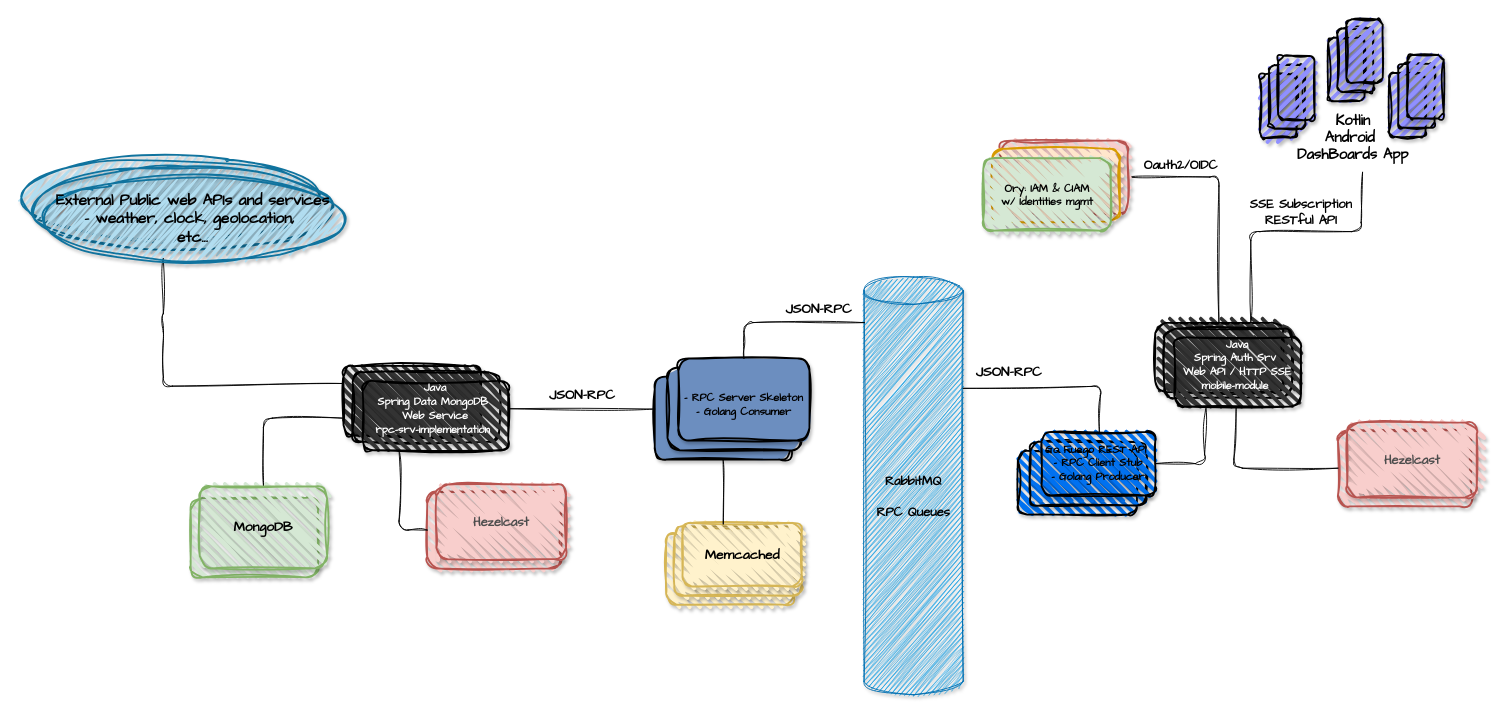
mesbrj/world-info-dashboards keeps this draw.io diagram as docs/world-info-dashboards.drawio. Above is the earlier version. Source tidied: cells renumbered, new cells numbered last; positions are measured from the earlier drawing's top-left corner, leaving out a move shared by most shapes. Both pictures are drawn from the tidied source at 91%, with x=0, y=0 at pixel (20, 33).
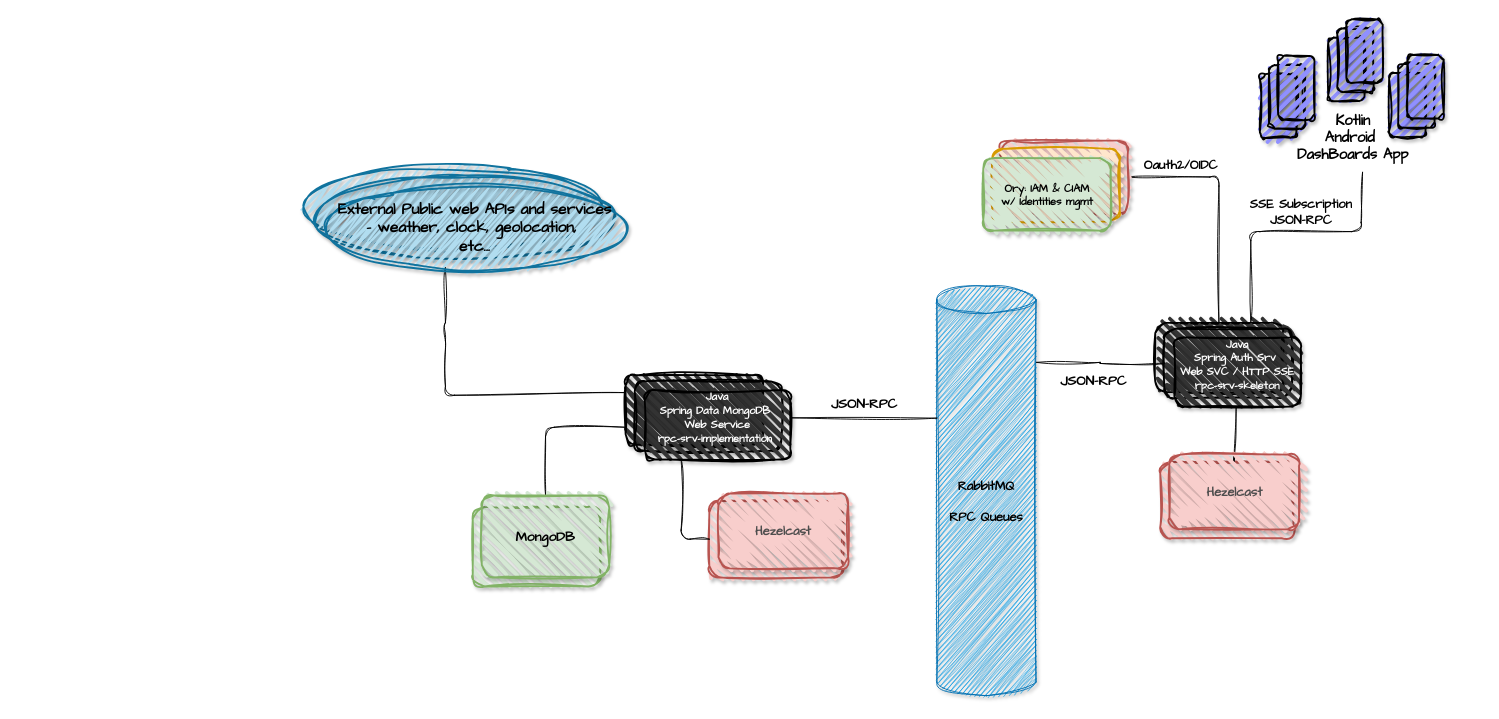
Above is the later version.

The change refers to these unchanged cells:
```xml
<mxCell id="13" style="rounded=1;whiteSpace=wrap;html=1;strokeWidth=2;fillWeight=4;hachureGap=8;hachureAngle=45;fillColor=light-dark(#333333,#198CC4);shadow=1;sketch=1;curveFitting=1;jiggle=2;" parent="1" vertex="1">
  <mxGeometry x="1257" y="324.8" width="140" height="76.2" as="geometry" />
</mxCell>
```

Diff of the diagram source:
```diff
@@
-    <mxCell id="2" style="rounded=1;whiteSpace=wrap;html=1;strokeWidth=2;fillWeight=4;hachureGap=8;hachureAngle=45;fillColor=#fff2cc;strokeColor=#d6b656;fillStyle=zigzag;shadow=1;sketch=1;curveFitting=1;jiggle=2;" parent="1" vertex="1">
-      <mxGeometry x="709.5" y="550" width="140" height="78" as="geometry" />
-    </mxCell>
-    <mxCell id="3" style="rounded=1;whiteSpace=wrap;html=1;strokeWidth=2;fillWeight=4;hachureGap=8;hachureAngle=45;fillColor=#fff2cc;strokeColor=#d6b656;fillStyle=zigzag;shadow=1;sketch=1;curveFitting=1;jiggle=2;" parent="1" vertex="1">
-      <mxGeometry x="718.5" y="542" width="140" height="76" as="geometry" />
-    </mxCell>
-    <mxCell id="4" value="&lt;div&gt;&lt;span style=&quot;color: rgb(0, 0, 0); font-family: &amp;quot;Comic Sans MS&amp;quot;; text-wrap-mode: nowrap;&quot;&gt;&lt;font style=&quot;font-size: 15px;&quot;&gt;Memcached&lt;/font&gt;&lt;/span&gt;&lt;/div&gt;" style="rounded=1;whiteSpace=wrap;html=1;strokeWidth=2;fillWeight=4;hachureGap=8;hachureAngle=45;fillColor=#fff2cc;strokeColor=#d6b656;fillStyle=zigzag;shadow=1;sketch=1;curveFitting=1;jiggle=2;fontStyle=1;verticalAlign=middle;" parent="1" vertex="1">
-      <mxGeometry x="727.5" y="538" width="131" height="70" as="geometry" />
-    </mxCell>
@@
-    <mxCell id="8" style="rounded=1;whiteSpace=wrap;html=1;strokeWidth=2;fillWeight=4;hachureGap=8;hachureAngle=45;fillColor=light-dark(#0071F0,#198CC4);shadow=1;sketch=1;curveFitting=1;jiggle=2;" parent="1" vertex="1">
-      <mxGeometry x="1096" y="459" width="131" height="70" as="geometry" />
-    </mxCell>
-    <mxCell id="9" style="rounded=1;whiteSpace=wrap;html=1;strokeWidth=2;fillWeight=4;hachureGap=8;hachureAngle=45;fillColor=light-dark(#0071F0,#198CC4);shadow=1;sketch=1;curveFitting=1;jiggle=2;" parent="1" vertex="1">
-      <mxGeometry x="1110" y="449" width="127" height="70" as="geometry" />
-    </mxCell>
@@
     <mxCell id="11" style="rounded=1;whiteSpace=wrap;html=1;strokeWidth=2;fillWeight=4;hachureGap=8;hachureAngle=45;fillColor=#f8cecc;align=center;verticalAlign=middle;fontFamily=Comic Sans MS;fontSize=16;strokeColor=#b85450;fillStyle=zigzag;shadow=1;sketch=1;curveFitting=1;jiggle=2;" parent="1" vertex="1">
-      <mxGeometry x="1447.8" y="436" width="146.5" height="84" as="geometry" />
+      <mxGeometry x="1252.5" y="471" width="146.5" height="84" as="geometry" />
     </mxCell>
@@
-    <mxCell id="14" style="edgeStyle=none;html=1;entryX=0;entryY=0.5;entryDx=0;entryDy=0;sketch=1;curveFitting=1;jiggle=2;endArrow=none;endFill=0;" parent="1" edge="1" source="16" target="11">
+    <mxCell id="14" style="edgeStyle=none;html=1;entryX=0.5;entryY=0;entryDx=0;entryDy=0;sketch=1;curveFitting=1;jiggle=2;endArrow=none;endFill=0;" parent="1" edge="1" source="16" target="20">
       <mxGeometry relative="1" as="geometry">
         <Array as="points">
           <mxPoint x="1333" y="478" />
         </Array>
       </mxGeometry>
     </mxCell>
-    <mxCell id="15" style="edgeStyle=none;html=1;exitX=0.25;exitY=1;exitDx=0;exitDy=0;entryX=1;entryY=0.5;entryDx=0;entryDy=0;sketch=1;curveFitting=1;jiggle=2;endArrow=none;endFill=0;" parent="1" edge="1" source="16" target="24">
-      <mxGeometry relative="1" as="geometry">
-        <Array as="points">
-          <mxPoint x="1301" y="473" />
-        </Array>
-      </mxGeometry>
-    </mxCell>
-    <mxCell id="16" value="&lt;span style=&quot;font-family: &amp;quot;Comic Sans MS&amp;quot;; text-wrap-mode: nowrap;&quot;&gt;&lt;font style=&quot;color: rgb(255, 255, 255);&quot;&gt;Java&lt;/font&gt;&lt;/span&gt;&lt;div&gt;&lt;span style=&quot;font-family: &amp;quot;Comic Sans MS&amp;quot;; text-wrap-mode: nowrap;&quot;&gt;&lt;font style=&quot;color: rgb(255, 255, 255);&quot;&gt;Spring Auth Srv&amp;nbsp;&lt;/font&gt;&lt;/span&gt;&lt;/div&gt;&lt;div&gt;&lt;span style=&quot;font-family: &amp;quot;Comic Sans MS&amp;quot;; text-wrap-mode: nowrap;&quot;&gt;&lt;font style=&quot;color: rgb(255, 255, 255);&quot;&gt;Web API / HTTP SSE&lt;/font&gt;&lt;/span&gt;&lt;/div&gt;&lt;div&gt;&lt;span style=&quot;font-family: &amp;quot;Comic Sans MS&amp;quot;; text-wrap-mode: nowrap;&quot;&gt;&lt;font style=&quot;color: rgb(255, 255, 255);&quot;&gt;mobile-module&amp;nbsp;&lt;/font&gt;&lt;/span&gt;&lt;div&gt;&lt;br&gt;&lt;/div&gt;&lt;/div&gt;" style="rounded=1;whiteSpace=wrap;html=1;strokeWidth=2;fillWeight=4;hachureGap=8;hachureAngle=45;fillColor=light-dark(#333333,#198CC4);shadow=1;sketch=1;curveFitting=1;jiggle=2;fontStyle=1;" parent="1" vertex="1">
+    <mxCell id="16" value="&lt;span style=&quot;font-family: &amp;quot;Comic Sans MS&amp;quot;; text-wrap-mode: nowrap;&quot;&gt;&lt;font style=&quot;color: rgb(255, 255, 255);&quot;&gt;Java&lt;/font&gt;&lt;/span&gt;&lt;div&gt;&lt;span style=&quot;font-family: &amp;quot;Comic Sans MS&amp;quot;; text-wrap-mode: nowrap;&quot;&gt;&lt;font style=&quot;color: rgb(255, 255, 255);&quot;&gt;Spring Auth Srv&amp;nbsp;&lt;/font&gt;&lt;/span&gt;&lt;/div&gt;&lt;div&gt;&lt;span style=&quot;font-family: &amp;quot;Comic Sans MS&amp;quot;; text-wrap-mode: nowrap;&quot;&gt;&lt;font style=&quot;color: rgb(255, 255, 255);&quot;&gt;Web SVC / HTTP SSE&lt;/font&gt;&lt;/span&gt;&lt;/div&gt;&lt;div&gt;&lt;span style=&quot;color: rgb(255, 255, 255); font-family: &amp;quot;Comic Sans MS&amp;quot;; text-wrap-mode: nowrap;&quot;&gt;rpc-srv-skeleton&lt;/span&gt;&lt;br&gt;&lt;div&gt;&lt;br&gt;&lt;/div&gt;&lt;/div&gt;" style="rounded=1;whiteSpace=wrap;html=1;strokeWidth=2;fillWeight=4;hachureGap=8;hachureAngle=45;fillColor=light-dark(#333333,#198CC4);shadow=1;sketch=1;curveFitting=1;jiggle=2;fontStyle=1;" parent="1" vertex="1">
       <mxGeometry x="1268" y="334.2" width="139" height="76.2" as="geometry" />
     </mxCell>
@@
     <mxCell id="19" style="rounded=1;whiteSpace=wrap;html=1;strokeWidth=2;fillWeight=4;hachureGap=8;hachureAngle=45;fillColor=#d5e8d4;shadow=1;strokeColor=#82b366;sketch=1;curveFitting=1;jiggle=2;" parent="1" vertex="1">
-      <mxGeometry x="187" y="510.6" width="140" height="87.4" as="geometry" />
+      <mxGeometry x="497" y="520.6" width="140" height="87.4" as="geometry" />
     </mxCell>
     <mxCell id="20" value="&lt;div&gt;&lt;font color=&quot;#4d4d4d&quot;&gt;&lt;span style=&quot;font-size: 14px;&quot;&gt;Hezelcast&lt;/span&gt;&lt;/font&gt;&lt;/div&gt;" style="rounded=1;whiteSpace=wrap;html=1;strokeWidth=2;fillWeight=4;hachureGap=8;hachureAngle=45;fillColor=#f8cecc;align=center;verticalAlign=middle;fontFamily=Comic Sans MS;fontSize=16;strokeColor=#b85450;fillStyle=zigzag;shadow=1;sketch=1;curveFitting=1;jiggle=2;fontStyle=1;" parent="1" vertex="1">
-      <mxGeometry x="1457.8" y="428" width="142.5" height="82" as="geometry" />
+      <mxGeometry x="1262.5" y="463" width="142.5" height="82" as="geometry" />
     </mxCell>
     <mxCell id="21" style="edgeStyle=none;html=1;entryX=0;entryY=0.75;entryDx=0;entryDy=0;sketch=1;curveFitting=1;jiggle=2;endArrow=none;endFill=0;" parent="1" edge="1" source="22" target="43">
       <mxGeometry relative="1" as="geometry">
         <Array as="points">
-          <mxPoint x="267" y="423" />
+          <mxPoint x="577" y="433" />
         </Array>
       </mxGeometry>
     </mxCell>
     <mxCell id="22" value="&lt;span style=&quot;color: rgb(0, 0, 0); font-family: &amp;quot;Comic Sans MS&amp;quot;; text-wrap-mode: nowrap;&quot;&gt;&lt;font style=&quot;font-size: 15px;&quot;&gt;&lt;span&gt;MongoDB&lt;/span&gt;&lt;/font&gt;&lt;/span&gt;" style="rounded=1;whiteSpace=wrap;html=1;strokeWidth=2;fillWeight=4;hachureGap=8;hachureAngle=45;fillColor=#d5e8d4;shadow=1;strokeColor=#82b366;sketch=1;curveFitting=1;jiggle=2;fontStyle=1;" parent="1" vertex="1">
-      <mxGeometry x="197" y="498" width="140" height="90" as="geometry" />
+      <mxGeometry x="507" y="508" width="140" height="90" as="geometry" />
     </mxCell>
     <mxCell id="23" value="&lt;span style=&quot;font-size: 14px;&quot;&gt;RabbitMQ&lt;/span&gt;&lt;div&gt;&lt;span style=&quot;font-size: 14px;&quot;&gt;&lt;br&gt;&lt;/span&gt;&lt;div&gt;&lt;span style=&quot;font-size: 14px;&quot;&gt;RPC Queues&lt;/span&gt;&lt;/div&gt;&lt;/div&gt;" style="shape=cylinder3;whiteSpace=wrap;html=1;boundedLbl=1;backgroundOutline=1;size=15;fillColor=#1ba1e2;strokeColor=#006EAF;fillStyle=zigzag;shadow=1;fontStyle=1;strokeWidth=1;fontColor=#000000;sketch=1;curveFitting=1;jiggle=2;fontFamily=Comic Sans MS;" parent="1" vertex="1">
-      <mxGeometry x="927" y="268" width="109" height="459" as="geometry" />
+      <mxGeometry x="1007" y="278" width="109" height="450" as="geometry" />
     </mxCell>
-    <mxCell id="24" value="&lt;div&gt;&lt;span style=&quot;color: rgb(0, 0, 0); text-wrap-mode: nowrap;&quot;&gt;Go Fuego REST API&amp;nbsp;&lt;/span&gt;&lt;/div&gt;&lt;div&gt;&lt;span style=&quot;color: rgb(0, 0, 0); text-wrap-mode: nowrap;&quot;&gt;- RPC Client Stub&lt;/span&gt;&lt;/div&gt;&lt;span style=&quot;color: rgb(0, 0, 0); text-wrap-mode: nowrap;&quot;&gt;- Golang Producer&lt;/span&gt;" style="rounded=1;whiteSpace=wrap;html=1;strokeWidth=2;fillWeight=4;hachureGap=8;hachureAngle=45;fillColor=light-dark(#0071F0,#198CC4);shadow=1;sketch=1;curveFitting=1;jiggle=2;fontStyle=1;fontFamily=Comic Sans MS;" parent="1" vertex="1">
-      <mxGeometry x="1122" y="438" width="125" height="70" as="geometry" />
-    </mxCell>
@@
-    <mxCell id="35" style="edgeStyle=none;html=1;entryX=1;entryY=0;entryDx=0;entryDy=122.25;entryPerimeter=0;sketch=1;curveFitting=1;jiggle=2;endArrow=none;endFill=0;" parent="1" edge="1" source="24" target="23">
-      <mxGeometry relative="1" as="geometry">
-        <Array as="points">
-          <mxPoint x="1187" y="388" />
-        </Array>
-      </mxGeometry>
-    </mxCell>
     <mxCell id="36" value="&lt;font face=&quot;Comic Sans MS&quot;&gt;JSON-RPC&lt;/font&gt;" style="text;html=1;align=center;verticalAlign=middle;strokeColor=none;fillColor=none;fontStyle=1;fontSize=15;" parent="1" vertex="1">
-      <mxGeometry x="1036" y="357.4" width="100" height="30" as="geometry" />
+      <mxGeometry x="1129" y="367.4" width="100" height="30" as="geometry" />
     </mxCell>
-    <mxCell id="37" style="rounded=1;whiteSpace=wrap;html=1;strokeWidth=2;fillWeight=4;hachureGap=8;hachureAngle=45;fillColor=#6C8EBF;shadow=1;sketch=1;curveFitting=1;jiggle=2;strokeColor=#000000;gradientColor=#6C8EBF;" parent="1" vertex="1">
-      <mxGeometry x="697" y="377.4" width="150" height="91" as="geometry" />
-    </mxCell>
-    <mxCell id="38" style="rounded=1;whiteSpace=wrap;html=1;strokeWidth=2;fillWeight=4;hachureGap=8;hachureAngle=45;fillColor=#6C8EBF;shadow=1;sketch=1;curveFitting=1;jiggle=2;strokeColor=#000000;gradientColor=#6C8EBF;" parent="1" vertex="1">
-      <mxGeometry x="711" y="367.4" width="146" height="91" as="geometry" />
-    </mxCell>
-    <mxCell id="39" value="&lt;div&gt;&lt;br&gt;&lt;/div&gt;&lt;div&gt;&lt;span style=&quot;color: rgb(0, 0, 0); text-wrap-mode: nowrap;&quot;&gt;- RPC Server Skeleton&lt;/span&gt;&lt;/div&gt;&lt;span style=&quot;color: rgb(0, 0, 0); text-wrap-mode: nowrap;&quot;&gt;- Golang Consumer&lt;/span&gt;" style="rounded=1;whiteSpace=wrap;html=1;strokeWidth=2;fillWeight=4;hachureGap=8;hachureAngle=45;fillColor=#6C8EBF;shadow=1;sketch=1;curveFitting=1;jiggle=2;fontStyle=1;fontFamily=Comic Sans MS;strokeColor=#000000;gradientColor=#6C8EBF;" parent="1" vertex="1">
-      <mxGeometry x="723" y="357.4" width="144" height="90" as="geometry" />
-    </mxCell>
-    <mxCell id="40" style="edgeStyle=none;html=1;entryX=0.003;entryY=0.109;entryDx=0;entryDy=0;entryPerimeter=0;sketch=1;curveFitting=1;jiggle=2;endArrow=none;endFill=0;" parent="1" edge="1" source="39" target="23">
-      <mxGeometry relative="1" as="geometry">
-        <Array as="points">
-          <mxPoint x="795" y="318" />
-        </Array>
-      </mxGeometry>
-    </mxCell>
-    <mxCell id="41" value="&lt;font face=&quot;Comic Sans MS&quot;&gt;JSON-RPC&lt;/font&gt;" style="text;html=1;align=center;verticalAlign=middle;strokeColor=none;fillColor=none;fontStyle=1;fontSize=15;" parent="1" vertex="1">
-      <mxGeometry x="827" y="288" width="100" height="30" as="geometry" />
-    </mxCell>
-    <mxCell id="42" style="edgeStyle=none;html=1;entryX=0.342;entryY=0.019;entryDx=0;entryDy=0;entryPerimeter=0;sketch=1;curveFitting=1;jiggle=2;endArrow=none;endFill=0;" parent="1" edge="1" source="37" target="4">
-      <mxGeometry relative="1" as="geometry" />
-    </mxCell>
     <mxCell id="43" style="rounded=1;whiteSpace=wrap;html=1;strokeWidth=2;fillWeight=4;hachureGap=8;hachureAngle=45;fillColor=light-dark(#333333,#198CC4);shadow=1;sketch=1;curveFitting=1;jiggle=2;" parent="1" vertex="1">
-      <mxGeometry x="355" y="365.9" width="151" height="76.2" as="geometry" />
+      <mxGeometry x="665" y="375.9" width="151" height="76.2" as="geometry" />
     </mxCell>
     <mxCell id="44" style="rounded=1;whiteSpace=wrap;html=1;strokeWidth=2;fillWeight=4;hachureGap=8;hachureAngle=45;fillColor=light-dark(#333333,#198CC4);shadow=1;sketch=1;curveFitting=1;jiggle=2;" parent="1" vertex="1">
-      <mxGeometry x="365" y="372.6" width="161" height="76.2" as="geometry" />
+      <mxGeometry x="675" y="382.6" width="161" height="76.2" as="geometry" />
     </mxCell>
     <mxCell id="45" value="&lt;span style=&quot;font-family: &amp;quot;Comic Sans MS&amp;quot;; text-wrap-mode: nowrap;&quot;&gt;&lt;font style=&quot;color: rgb(255, 255, 255);&quot;&gt;Java&lt;/font&gt;&lt;/span&gt;&lt;div&gt;&lt;span style=&quot;font-family: &amp;quot;Comic Sans MS&amp;quot;; text-wrap-mode: nowrap;&quot;&gt;&lt;font style=&quot;color: rgb(255, 255, 255);&quot;&gt;Spring Data MongoDB&amp;nbsp;&lt;/font&gt;&lt;/span&gt;&lt;/div&gt;&lt;div&gt;&lt;span style=&quot;font-family: &amp;quot;Comic Sans MS&amp;quot;; text-wrap-mode: nowrap;&quot;&gt;&lt;font style=&quot;color: rgb(255, 255, 255);&quot;&gt;Web Service&lt;/font&gt;&lt;/span&gt;&lt;/div&gt;&lt;div&gt;&lt;span style=&quot;font-family: &amp;quot;Comic Sans MS&amp;quot;; text-wrap-mode: nowrap;&quot;&gt;&lt;font style=&quot;color: rgb(255, 255, 255);&quot;&gt;rpc-srv-implementation&amp;nbsp;&lt;/font&gt;&lt;/span&gt;&lt;div&gt;&lt;br&gt;&lt;/div&gt;&lt;/div&gt;" style="rounded=1;whiteSpace=wrap;html=1;strokeWidth=2;fillWeight=4;hachureGap=8;hachureAngle=45;fillColor=light-dark(#333333,#198CC4);shadow=1;sketch=1;curveFitting=1;jiggle=2;fontStyle=1;" parent="1" vertex="1">
-      <mxGeometry x="376" y="382.1" width="160" height="76.2" as="geometry" />
+      <mxGeometry x="686" y="392.1" width="160" height="76.2" as="geometry" />
     </mxCell>
     <mxCell id="46" style="rounded=1;whiteSpace=wrap;html=1;strokeWidth=2;fillWeight=4;hachureGap=8;hachureAngle=45;fillColor=#f8cecc;align=center;verticalAlign=middle;fontFamily=Comic Sans MS;fontSize=16;strokeColor=#b85450;fillStyle=zigzag;shadow=1;sketch=1;curveFitting=1;jiggle=2;" parent="1" vertex="1">
-      <mxGeometry x="447" y="504" width="146.5" height="84" as="geometry" />
+      <mxGeometry x="757" y="514" width="146.5" height="84" as="geometry" />
     </mxCell>
     <mxCell id="47" style="edgeStyle=none;html=1;entryX=0.25;entryY=1;entryDx=0;entryDy=0;exitX=0;exitY=0.5;exitDx=0;exitDy=0;sketch=1;curveFitting=1;jiggle=2;endArrow=none;endFill=0;" parent="1" edge="1" source="46" target="45">
       <mxGeometry relative="1" as="geometry">
         <Array as="points">
-          <mxPoint x="416" y="546" />
+          <mxPoint x="726" y="556" />
         </Array>
       </mxGeometry>
     </mxCell>
     <mxCell id="48" value="&lt;div&gt;&lt;font color=&quot;#4d4d4d&quot;&gt;&lt;span style=&quot;font-size: 14px;&quot;&gt;Hezelcast&lt;/span&gt;&lt;/font&gt;&lt;/div&gt;" style="rounded=1;whiteSpace=wrap;html=1;strokeWidth=2;fillWeight=4;hachureGap=8;hachureAngle=45;fillColor=#f8cecc;align=center;verticalAlign=middle;fontFamily=Comic Sans MS;fontSize=16;strokeColor=#b85450;fillStyle=zigzag;shadow=1;sketch=1;curveFitting=1;jiggle=2;fontStyle=1;" parent="1" vertex="1">
-      <mxGeometry x="457" y="496" width="142.5" height="82" as="geometry" />
+      <mxGeometry x="767" y="506" width="142.5" height="82" as="geometry" />
     </mxCell>
     <mxCell id="49" style="edgeStyle=none;html=1;entryX=1.01;entryY=0.401;entryDx=0;entryDy=0;entryPerimeter=0;sketch=1;curveFitting=1;jiggle=2;endArrow=none;endFill=0;" parent="1" edge="1" target="45">
       <mxGeometry relative="1" as="geometry">
-        <mxPoint x="697" y="413" as="sourcePoint" />
+        <mxPoint x="1007" y="423" as="sourcePoint" />
       </mxGeometry>
     </mxCell>
     <mxCell id="50" value="&lt;font face=&quot;Comic Sans MS&quot;&gt;JSON-RPC&lt;/font&gt;" style="text;html=1;align=center;verticalAlign=middle;strokeColor=none;fillColor=none;fontStyle=1;fontSize=15;" parent="1" vertex="1">
-      <mxGeometry x="567" y="382.1" width="100" height="30" as="geometry" />
+      <mxGeometry x="877" y="392.1" width="100" height="30" as="geometry" />
     </mxCell>
     <mxCell id="51" style="edgeStyle=none;html=1;entryX=0;entryY=0.25;entryDx=0;entryDy=0;sketch=1;curveFitting=1;jiggle=2;endArrow=none;endFill=0;exitX=0.401;exitY=0.972;exitDx=0;exitDy=0;exitPerimeter=0;" parent="1" edge="1" source="54" target="43">
       <mxGeometry relative="1" as="geometry">
         <Array as="points">
-          <mxPoint x="157" y="318" />
-          <mxPoint x="157" y="388" />
+          <mxPoint x="467" y="328" />
+          <mxPoint x="467" y="398" />
         </Array>
       </mxGeometry>
     </mxCell>
     <mxCell id="52" style="ellipse;whiteSpace=wrap;html=1;strokeWidth=2;fillWeight=2;hachureGap=8;fillColor=#b1ddf0;fillStyle=zigzag;fontFamily=Architects Daughter;strokeColor=#10739e;shadow=1;sketch=1;curveFitting=1;jiggle=2;fontStyle=1;" parent="1" vertex="1">
-      <mxGeometry y="136" width="331" height="92" as="geometry" />
+      <mxGeometry x="310" y="146" width="331" height="92" as="geometry" />
     </mxCell>
     <mxCell id="53" style="ellipse;whiteSpace=wrap;html=1;strokeWidth=2;fillWeight=2;hachureGap=8;fillColor=#b1ddf0;fillStyle=zigzag;fontFamily=Architects Daughter;strokeColor=#10739e;shadow=1;sketch=1;curveFitting=1;jiggle=2;fontStyle=1;" parent="1" vertex="1">
-      <mxGeometry x="13" y="147" width="331" height="92" as="geometry" />
+      <mxGeometry x="323" y="157" width="331" height="92" as="geometry" />
     </mxCell>
     <mxCell id="54" value="&lt;font style=&quot;color: rgb(0, 0, 0);&quot;&gt;External Public web APIs and services&lt;/font&gt;&lt;div&gt;&lt;font style=&quot;color: rgb(0, 0, 0);&quot;&gt;- weather, clock, geolocation,&amp;nbsp;&lt;/font&gt;&lt;/div&gt;&lt;div&gt;&lt;font style=&quot;color: rgb(0, 0, 0);&quot;&gt;etc...&lt;/font&gt;&lt;/div&gt;" style="ellipse;whiteSpace=wrap;html=1;strokeWidth=2;fillWeight=2;hachureGap=8;fillColor=#b1ddf0;fillStyle=zigzag;fontFamily=Comic Sans MS;strokeColor=#10739e;shadow=1;sketch=1;curveFitting=1;jiggle=2;fontStyle=1;fontSize=17;" parent="1" vertex="1">
-      <mxGeometry x="24" y="158" width="331" height="92" as="geometry" />
+      <mxGeometry x="334" y="168" width="331" height="92" as="geometry" />
     </mxCell>
-    <mxCell id="55" value="&lt;b&gt;&lt;font style=&quot;font-size: 14px;&quot;&gt;SSE Subscription&lt;/font&gt;&lt;/b&gt;&lt;div&gt;&lt;b&gt;&lt;font style=&quot;font-size: 14px;&quot;&gt;RESTful API&lt;/font&gt;&lt;/b&gt;&lt;/div&gt;" style="text;html=1;align=center;verticalAlign=middle;strokeColor=none;fillColor=none;fontFamily=Architects Daughter;" parent="1" vertex="1">
+    <mxCell id="55" value="&lt;b&gt;&lt;font style=&quot;font-size: 14px;&quot;&gt;SSE Subscription&lt;/font&gt;&lt;/b&gt;&lt;div&gt;&lt;b&gt;&lt;font style=&quot;font-size: 14px;&quot;&gt;JSON-RPC&lt;/font&gt;&lt;/b&gt;&lt;/div&gt;" style="text;html=1;align=center;verticalAlign=middle;strokeColor=none;fillColor=none;fontFamily=Architects Daughter;" parent="1" vertex="1">
       <mxGeometry x="1337" y="172" width="140" height="50" as="geometry" />
     </mxCell>
@@
+    <mxCell id="57" style="edgeStyle=orthogonalEdgeStyle;rounded=0;sketch=1;hachureGap=4;jiggle=2;curveFitting=1;jettySize=auto;html=1;exitX=0;exitY=0.5;exitDx=0;exitDy=0;entryX=1.005;entryY=0.186;entryDx=0;entryDy=0;entryPerimeter=0;fontFamily=Architects Daughter;endArrow=none;endFill=0;" parent="1" edge="1" source="13" target="23">
+      <mxGeometry relative="1" as="geometry" />
+    </mxCell>
```
